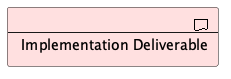
The PlantUML diagram doc/elements/implementation-deliverable.plantuml.png in SixArm/archimate-examples, before a commit. The source it was exported from:
```plantuml
@startuml
!include <archimate/Archimate>
Implementation_Deliverable(ID_01, "Implementation Deliverable")
@enduml
```
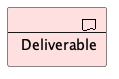
After the commit.

Diff of the diagram source:
```diff
@@ -1,4 +1,4 @@
 @startuml
 !include <archimate/Archimate>
-Implementation_Deliverable(ID_01, "Implementation Deliverable")
+Implementation_Deliverable(Deliverable, "Deliverable")
 @enduml
```
